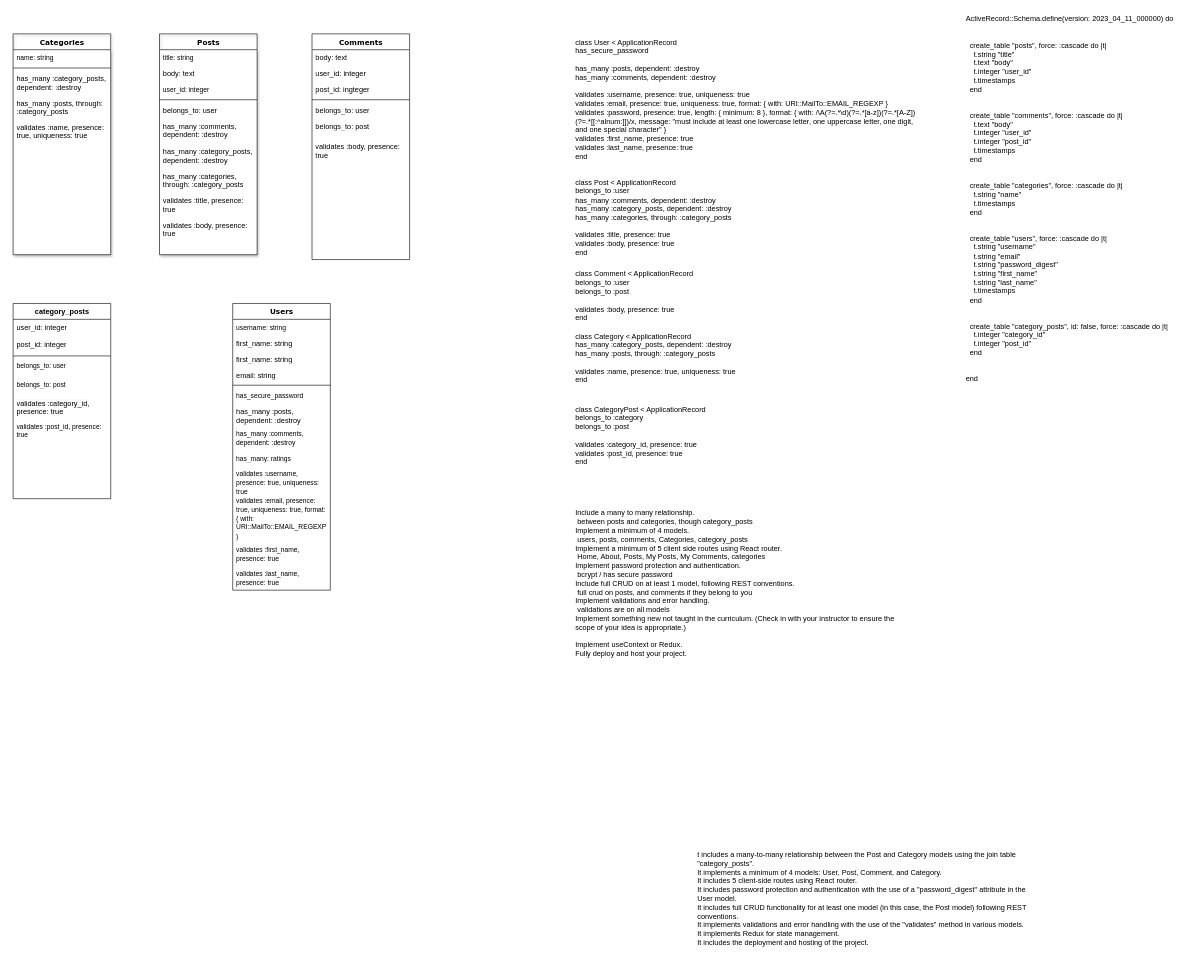
Above: page "Back End" (1 of 2) of Untitled Diagram.drawio in mendelr20/phase-5-project (draw.io), before the change. Source tidied: cells renumbered, new cells numbered last; positions are measured from the earlier drawing's top-left corner, leaving out a move shared by most shapes. Both pictures are drawn from the tidied source at 61%, with x=0, y=0 at pixel (13, 10).
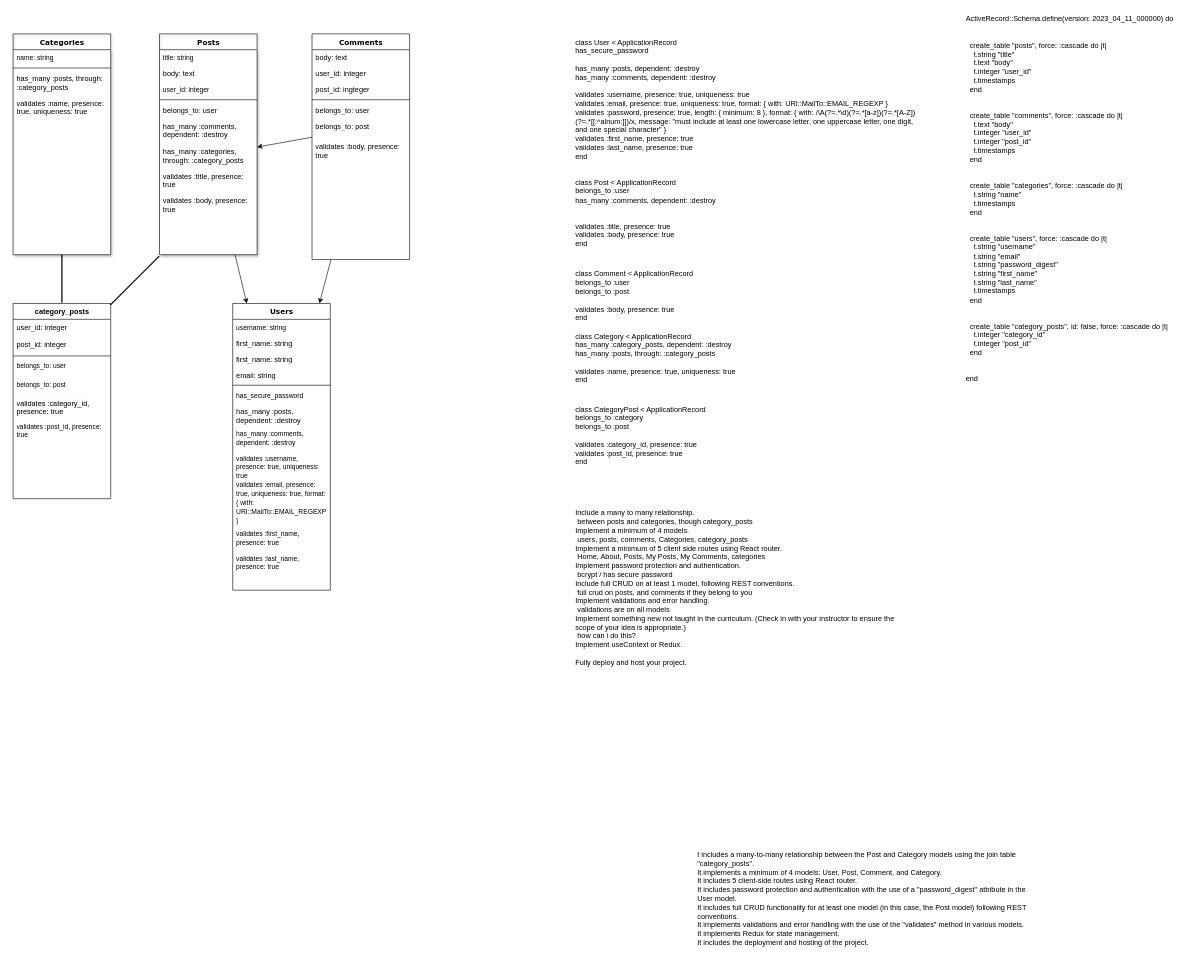
Above is the later version.

The change refers to these unchanged cells:
```xml
<mxCell id="2" value="Users" style="swimlane;html=1;fontStyle=1;align=center;verticalAlign=middle;horizontal=1;startSize=26;swimlaneFillColor=#ffffff;rounded=0;shadow=0;comic=0;labelBackgroundColor=none;strokeWidth=1;fillColor=none;fontFamily=Verdana;fontSize=12;swimlaneLine=1;" parent="1" vertex="1">
  <mxGeometry x="360" y="480" width="160" height="470" as="geometry" />
</mxCell>
<mxCell id="16" value="Categories" style="swimlane;html=1;fontStyle=1;align=center;verticalAlign=top;horizontal=1;startSize=26;swimlaneFillColor=#ffffff;rounded=0;shadow=1;comic=0;labelBackgroundColor=none;strokeWidth=1;fillColor=none;fontFamily=Verdana;fontSize=12;" parent="1" vertex="1">
  <mxGeometry y="38" width="160" height="362" as="geometry" />
</mxCell>
<mxCell id="30" value="Comments" style="swimlane;html=1;fontStyle=1;align=center;verticalAlign=top;horizontal=1;startSize=26;swimlaneFillColor=#ffffff;rounded=0;shadow=0;comic=0;labelBackgroundColor=none;strokeWidth=1;fillColor=none;fontFamily=Verdana;fontSize=12;" parent="1" vertex="1">
  <mxGeometry x="490" y="38" width="160" height="370" as="geometry" />
</mxCell>
<mxCell id="36" value="belongs_to: post" style="text;html=1;strokeColor=none;fillColor=none;align=left;verticalAlign=top;spacingLeft=4;spacingRight=4;whiteSpace=wrap;overflow=hidden;points=[[0,0.5],[1,0.5]];portConstraint=eastwest;" parent="30" vertex="1">
  <mxGeometry y="138" width="160" height="34" as="geometry" />
</mxCell>
<mxCell id="38" value="Posts" style="swimlane;html=1;fontStyle=1;align=center;verticalAlign=top;horizontal=1;startSize=26;swimlaneFillColor=#ffffff;rounded=0;shadow=1;comic=0;labelBackgroundColor=none;strokeWidth=1;fillColor=none;fontFamily=Verdana;fontSize=12;" parent="1" vertex="1">
  <mxGeometry x="240" y="38" width="160" height="362" as="geometry" />
</mxCell>
```

Change to the diagram source:
```diff
@@
-    <mxCell id="11" value="&lt;font style=&quot;font-size: 11px;&quot;&gt;has_many: ratings&lt;br&gt;&lt;/font&gt;" style="text;html=1;strokeColor=none;fillColor=none;align=left;verticalAlign=top;spacingLeft=4;spacingRight=4;whiteSpace=wrap;overflow=hidden;" parent="2" vertex="1">
-      <mxGeometry y="240" width="160" height="26" as="geometry" />
-    </mxCell>
     <mxCell id="12" value="&lt;font style=&quot;font-size: 11px;&quot;&gt;validates :username, presence: true, uniqueness: true&lt;br&gt;&lt;/font&gt;" style="text;html=1;strokeColor=none;fillColor=none;align=left;verticalAlign=top;spacingLeft=4;spacingRight=4;whiteSpace=wrap;overflow=hidden;" parent="2" vertex="1">
-      <mxGeometry y="266" width="160" height="44" as="geometry" />
+      <mxGeometry y="240" width="160" height="44" as="geometry" />
     </mxCell>
     <mxCell id="13" value="&lt;font style=&quot;font-size: 11px;&quot;&gt;validates :email, presence: true, uniqueness: true, format: { with: URI::MailTo::EMAIL_REGEXP }&lt;br&gt;&lt;/font&gt;" style="text;html=1;strokeColor=none;fillColor=none;align=left;verticalAlign=top;spacingLeft=4;spacingRight=4;whiteSpace=wrap;overflow=hidden;" parent="2" vertex="1">
-      <mxGeometry y="310" width="160" height="80" as="geometry" />
+      <mxGeometry y="284" width="160" height="80" as="geometry" />
     </mxCell>
     <mxCell id="14" value="&lt;font style=&quot;font-size: 11px;&quot;&gt;validates :first_name, presence: true&lt;br&gt;&lt;/font&gt;" style="text;html=1;strokeColor=none;fillColor=none;align=left;verticalAlign=top;spacingLeft=4;spacingRight=4;whiteSpace=wrap;overflow=hidden;" parent="2" vertex="1">
-      <mxGeometry y="390" width="160" height="40" as="geometry" />
+      <mxGeometry y="364" width="160" height="40" as="geometry" />
     </mxCell>
     <mxCell id="15" value="&lt;font style=&quot;font-size: 11px;&quot;&gt;validates :last_name, presence: true&lt;br&gt;&lt;/font&gt;" style="text;html=1;strokeColor=none;fillColor=none;align=left;verticalAlign=top;spacingLeft=4;spacingRight=4;whiteSpace=wrap;overflow=hidden;" parent="2" vertex="1">
-      <mxGeometry y="430" width="160" height="40" as="geometry" />
+      <mxGeometry y="404" width="160" height="40" as="geometry" />
     </mxCell>
@@
-    <mxCell id="19" value="has_many :category_posts, dependent: :destroy" style="text;html=1;strokeColor=none;fillColor=none;align=left;verticalAlign=top;spacingLeft=4;spacingRight=4;whiteSpace=wrap;overflow=hidden;" parent="16" vertex="1">
-      <mxGeometry y="60" width="160" height="40" as="geometry" />
-    </mxCell>
     <mxCell id="20" value="has_many :posts, through: :category_posts" style="text;html=1;strokeColor=none;fillColor=none;align=left;verticalAlign=top;spacingLeft=4;spacingRight=4;whiteSpace=wrap;overflow=hidden;" parent="16" vertex="1">
-      <mxGeometry y="100" width="160" height="40" as="geometry" />
+      <mxGeometry y="60" width="160" height="40" as="geometry" />
     </mxCell>
     <mxCell id="21" value="validates :name, presence: true, uniqueness: true" style="text;html=1;strokeColor=none;fillColor=none;align=left;verticalAlign=top;spacingLeft=4;spacingRight=4;whiteSpace=wrap;overflow=hidden;" parent="16" vertex="1">
-      <mxGeometry y="140" width="160" height="40" as="geometry" />
+      <mxGeometry y="100" width="160" height="40" as="geometry" />
     </mxCell>
@@
+    <mxCell id="57" style="edgeStyle=none;rounded=0;jettySize=auto;html=1;" parent="1" edge="1" source="30" target="2">
+      <mxGeometry relative="1" as="geometry" />
+    </mxCell>
@@
+    <mxCell id="58" style="edgeStyle=none;rounded=0;jettySize=auto;html=1;" parent="1" edge="1" source="38" target="2">
+      <mxGeometry relative="1" as="geometry" />
+    </mxCell>
@@
-    <mxCell id="45" value="has_many :category_posts, dependent: :destroy" style="text;html=1;strokeColor=none;fillColor=none;align=left;verticalAlign=top;spacingLeft=4;spacingRight=4;whiteSpace=wrap;overflow=hidden;" parent="38" vertex="1">
-      <mxGeometry y="180" width="160" height="40" as="geometry" />
-    </mxCell>
     <mxCell id="46" value="has_many :categories, through: :category_posts" style="text;html=1;strokeColor=none;fillColor=none;align=left;verticalAlign=top;spacingLeft=4;spacingRight=4;whiteSpace=wrap;overflow=hidden;points=[[0,0.5],[1,0.5]];portConstraint=eastwest;" parent="38" vertex="1">
-      <mxGeometry y="220" width="160" height="40" as="geometry" />
+      <mxGeometry y="180" width="160" height="40" as="geometry" />
     </mxCell>
     <mxCell id="47" value="validates :title, presence: true" style="text;html=1;strokeColor=none;fillColor=none;align=left;verticalAlign=top;spacingLeft=4;spacingRight=4;whiteSpace=wrap;overflow=hidden;" parent="38" vertex="1">
-      <mxGeometry y="260" width="160" height="40" as="geometry" />
+      <mxGeometry y="220" width="160" height="40" as="geometry" />
     </mxCell>
     <mxCell id="48" value="validates :body, presence: true" style="text;html=1;strokeColor=none;fillColor=none;align=left;verticalAlign=top;spacingLeft=4;spacingRight=4;whiteSpace=wrap;overflow=hidden;" parent="38" vertex="1">
-      <mxGeometry y="300" width="160" height="40" as="geometry" />
+      <mxGeometry y="260" width="160" height="40" as="geometry" />
     </mxCell>
@@
-    <mxCell id="52" value="class Post &lt; ApplicationRecord&#10;  belongs_to :user&#10;  has_many :comments, dependent: :destroy&#10;  has_many :category_posts, dependent: :destroy&#10;  has_many :categories, through: :category_posts&#10;&#10;  validates :title, presence: true&#10;  validates :body, presence: true&#10;end" style="text;whiteSpace=wrap;html=1;" parent="1" vertex="1">
+    <mxCell id="52" value="class Post &amp;lt; ApplicationRecord&lt;br&gt;  belongs_to :user&lt;br&gt;  has_many :comments, dependent: :destroy&lt;br&gt;&lt;br&gt;&lt;br&gt;  validates :title, presence: true&lt;br&gt;  validates :body, presence: true&lt;br&gt;end" style="text;whiteSpace=wrap;html=1;" parent="1" vertex="1">
       <mxGeometry x="920" y="268" width="290" height="150" as="geometry" />
     </mxCell>
@@
-    <mxCell id="56" value="Include a many to many relationship.&lt;br&gt;&lt;span style=&quot;&quot;&gt; &lt;/span&gt;&lt;span style=&quot;&quot;&gt; &lt;/span&gt;&lt;span style=&quot;&quot;&gt; &lt;/span&gt;&lt;span style=&quot;white-space: pre;&quot;&gt; &lt;/span&gt;between posts and categories, though category_posts&lt;br&gt;Implement a minimum of 4 models.&lt;br&gt;&lt;span style=&quot;&quot;&gt; &lt;/span&gt;&lt;span style=&quot;&quot;&gt; &lt;/span&gt;&lt;span style=&quot;&quot;&gt; &lt;/span&gt;&lt;span style=&quot;&quot;&gt; &lt;/span&gt;&lt;span style=&quot;white-space: pre;&quot;&gt; &lt;/span&gt;users, posts, comments,&amp;nbsp;Categories,&amp;nbsp;category_posts&lt;br&gt;Implement a minimum of 5 client side routes using React router.&lt;br&gt;&lt;span style=&quot;&quot;&gt; &lt;/span&gt;&lt;span style=&quot;&quot;&gt; &lt;/span&gt;&lt;span style=&quot;white-space: pre;&quot;&gt; &lt;/span&gt;Home, About, Posts, My Posts, My Comments,&amp;nbsp;categories&lt;br&gt;Implement password protection and authentication.&lt;br&gt;&lt;span style=&quot;white-space: pre;&quot;&gt; &lt;/span&gt;bcrypt / has secure password&lt;br&gt;Include full CRUD on at least 1 model, following REST conventions.&lt;br&gt;&lt;span style=&quot;white-space: pre;&quot;&gt; &lt;/span&gt;full crud on posts, and comments if they belong to you&lt;br&gt;Implement validations and error handling.&lt;br&gt;&lt;span style=&quot;white-space: pre;&quot;&gt; &lt;/span&gt;validations are on all models&lt;br&gt;Implement something new not taught in the curriculum. (Check in with your instructor to ensure the scope of your idea is appropriate.)&lt;br&gt;&lt;span style=&quot;white-space: pre;&quot;&gt; &lt;/span&gt;&lt;br&gt;Implement useContext or Redux.&lt;br&gt;Fully deploy and host your project." style="text;whiteSpace=wrap;html=1;" parent="1" vertex="1">
+    <mxCell id="56" value="Include a many to many relationship.&lt;br&gt;&lt;span style=&quot;&quot;&gt; &lt;/span&gt;&lt;span style=&quot;&quot;&gt; &lt;/span&gt;&lt;span style=&quot;&quot;&gt; &lt;/span&gt;&lt;span style=&quot;white-space: pre;&quot;&gt; &lt;/span&gt;between posts and categories, though category_posts&lt;br&gt;Implement a minimum of 4 models.&lt;br&gt;&lt;span style=&quot;&quot;&gt; &lt;/span&gt;&lt;span style=&quot;&quot;&gt; &lt;/span&gt;&lt;span style=&quot;&quot;&gt; &lt;/span&gt;&lt;span style=&quot;&quot;&gt; &lt;/span&gt;&lt;span style=&quot;white-space: pre;&quot;&gt; &lt;/span&gt;users, posts, comments,&amp;nbsp;Categories,&amp;nbsp;category_posts&lt;br&gt;Implement a minimum of 5 client side routes using React router.&lt;br&gt;&lt;span style=&quot;&quot;&gt; &lt;/span&gt;&lt;span style=&quot;&quot;&gt; &lt;/span&gt;&lt;span style=&quot;white-space: pre;&quot;&gt; &lt;/span&gt;Home, About, Posts, My Posts, My Comments,&amp;nbsp;categories&lt;br&gt;Implement password protection and authentication.&lt;br&gt;&lt;span style=&quot;white-space: pre;&quot;&gt; &lt;/span&gt;bcrypt / has secure password&lt;br&gt;Include full CRUD on at least 1 model, following REST conventions.&lt;br&gt;&lt;span style=&quot;white-space: pre;&quot;&gt; &lt;/span&gt;full crud on posts, and comments if they belong to you&lt;br&gt;Implement validations and error handling.&lt;br&gt;&lt;span style=&quot;white-space: pre;&quot;&gt; &lt;/span&gt;validations are on all models&lt;br&gt;Implement something new not taught in the curriculum. (Check in with your instructor to ensure the scope of your idea is appropriate.)&lt;br&gt;&lt;span style=&quot;white-space: pre;&quot;&gt; &lt;/span&gt;how can i do this?&amp;nbsp;&lt;br&gt;Implement useContext or Redux.&lt;br&gt;&lt;span style=&quot;white-space: pre;&quot;&gt; &lt;/span&gt;&lt;br&gt;Fully deploy and host your project." style="text;whiteSpace=wrap;html=1;" parent="1" vertex="1">
       <mxGeometry x="920" y="810" width="560" height="170" as="geometry" />
     </mxCell>
+    <mxCell id="59" style="line;strokeWidth=2;html=1;rotation=90;" parent="1" vertex="1">
+      <mxGeometry x="40.6" y="434.4" width="78.8" height="10" as="geometry" />
+    </mxCell>
+    <mxCell id="60" style="line;strokeWidth=2;html=1;rotation=-225;" parent="1" vertex="1">
+      <mxGeometry x="142.5" y="437.5" width="113.7" height="10" as="geometry" />
+    </mxCell>
+    <mxCell id="61" style="edgeStyle=none;rounded=0;jettySize=auto;html=1;" parent="1" edge="1" source="36" target="46">
+      <mxGeometry relative="1" as="geometry" />
+    </mxCell>
```
